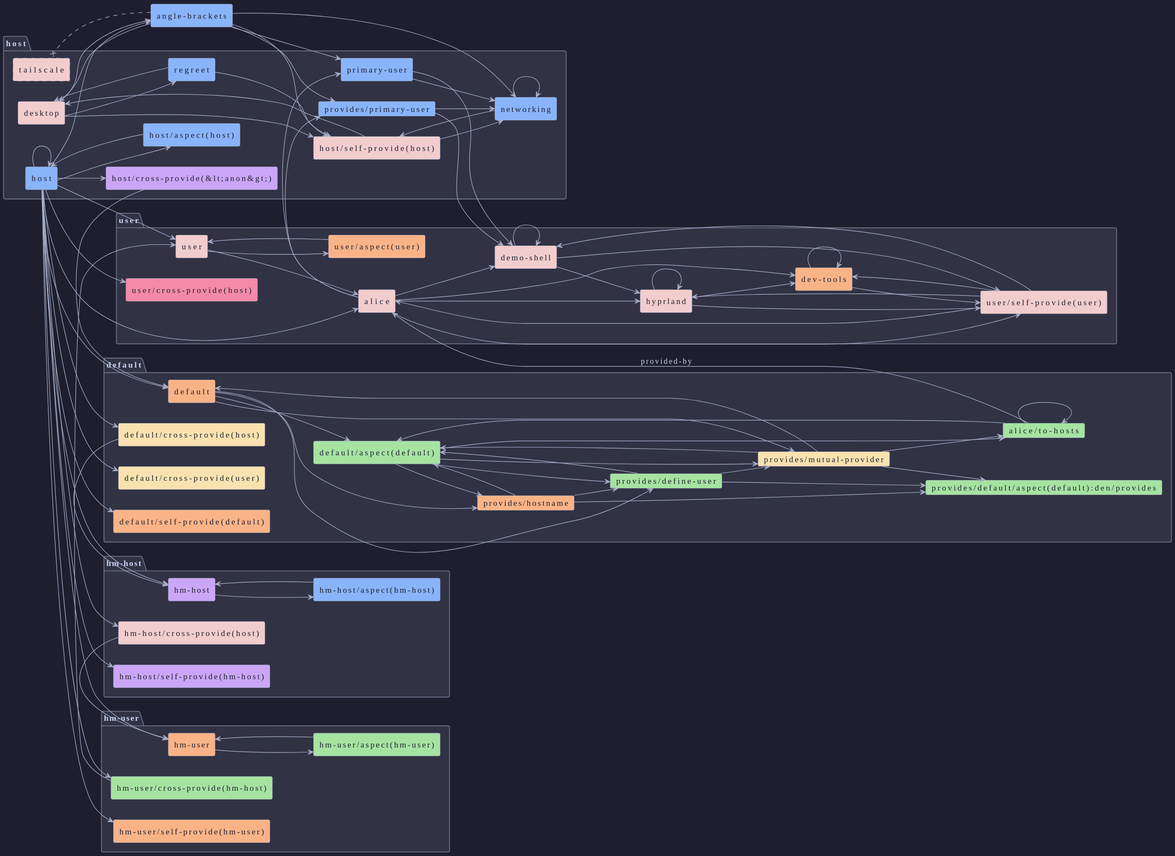
Above: templates/diag-fx-demo/diagrams/angle-brackets-dag.puml.svg in sini/den (PlantUML), before the change.
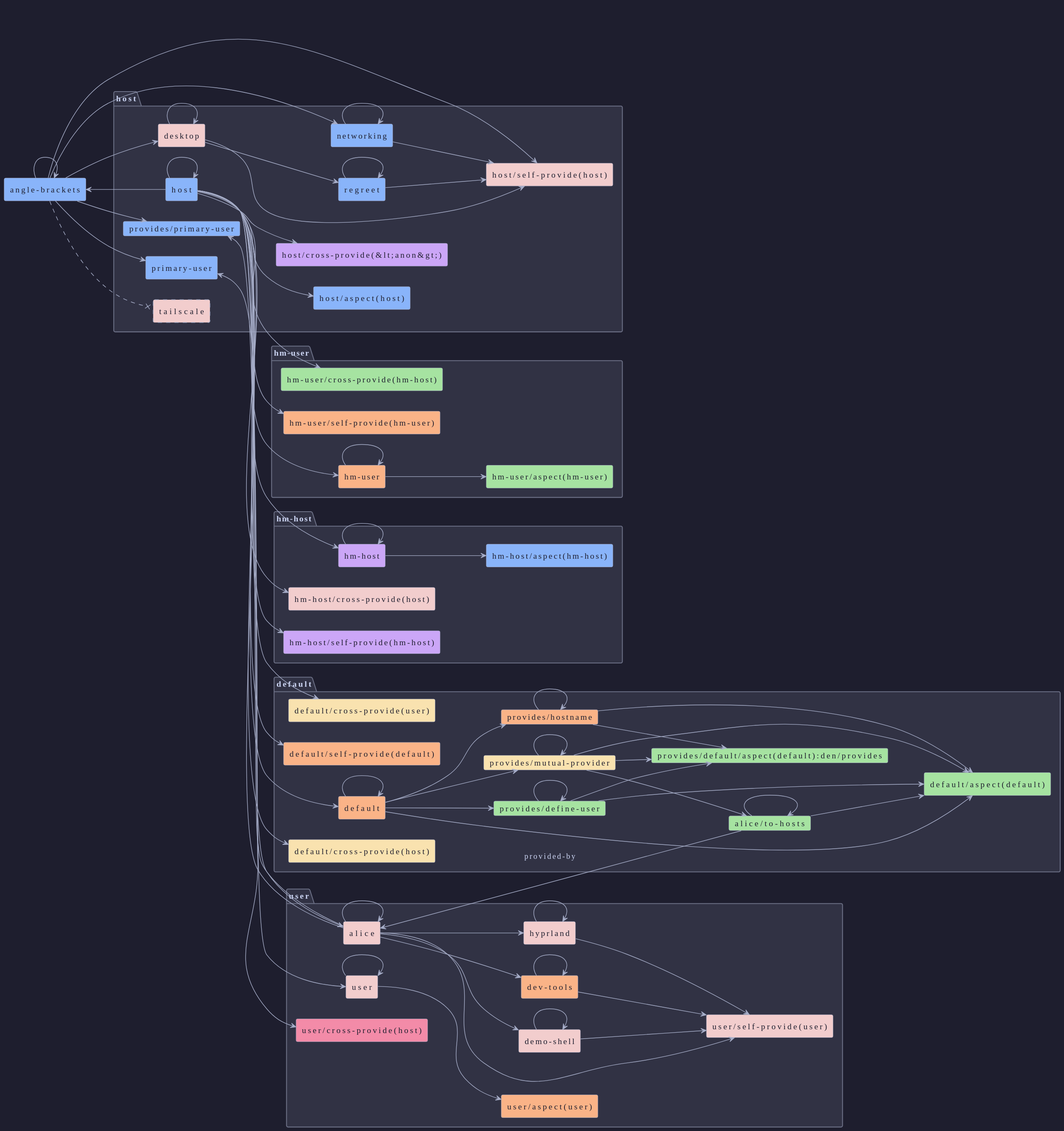
Above is the later version.

What changed in the source:
```diff
@@ -69,6 +69,7 @@
   rectangle "user/self-provide(user)" as user__self_provide_user_ #f2cdcd
 }
 
+alice --> alice
 alice --> demo_shell
 alice --> dev_tools
 alice --> hyprland
@@ -77,47 +78,39 @@
 alice --> user__self_provide_user_
 alice__to_hosts --> default__aspect_default_
 alice__to_hosts --> alice__to_hosts
+angle_brackets --> angle_brackets
 angle_brackets --> desktop
 angle_brackets --> host__self_provide_host_
 angle_brackets --> networking
 angle_brackets --> primary_user
 angle_brackets --> den__provides__primary_user
 angle_brackets ..x tailscale
+n_default --> n_default
 n_default --> default__aspect_default_
 n_default --> den__provides__define_user
 n_default --> den__provides__hostname
 n_default --> den__provides__mutual_provider
-default__aspect_default_ --> den__provides__define_user
-default__aspect_default_ --> den__provides__hostname
-default__aspect_default_ --> den__provides__mutual_provider
-default__aspect_default_ --> alice__to_hosts
-default__cross_provide_host_ --> hm_host
 demo_shell --> demo_shell
-demo_shell --> hyprland
 demo_shell --> user__self_provide_user_
 den__provides__define_user --> default__aspect_default_
 den__provides__define_user --> den__provides__default__aspect_default__den__provides
-den__provides__define_user --> den__provides__mutual_provider
+den__provides__define_user --> den__provides__define_user
 den__provides__hostname --> default__aspect_default_
 den__provides__hostname --> den__provides__default__aspect_default__den__provides
-den__provides__hostname --> den__provides__define_user
-den__provides__mutual_provider --> n_default
+den__provides__hostname --> den__provides__hostname
 den__provides__mutual_provider --> default__aspect_default_
 den__provides__mutual_provider --> den__provides__default__aspect_default__den__provides
+den__provides__mutual_provider --> den__provides__mutual_provider
 den__provides__mutual_provider --> alice__to_hosts
-den__provides__primary_user --> demo_shell
-den__provides__primary_user --> networking
-desktop --> angle_brackets
+desktop --> desktop
 desktop --> host__self_provide_host_
 desktop --> regreet
 dev_tools --> dev_tools
 dev_tools --> user__self_provide_user_
+hm_host --> hm_host
 hm_host --> hm_host__aspect_hm_host_
-hm_host__aspect_hm_host_ --> hm_host
-hm_host__cross_provide_host_ --> hm_user
+hm_user --> hm_user
 hm_user --> hm_user__aspect_hm_user_
-hm_user__aspect_hm_user_ --> hm_user
-hm_user__cross_provide_hm_host_ --> user
 host --> alice
 host --> angle_brackets
 host --> n_default
@@ -135,25 +128,13 @@
 host --> host__cross_provide__anon__
 host --> user
 host --> user__cross_provide_host_
-host__aspect_host_ --> host
-host__cross_provide__anon__ --> n_default
-host__self_provide_host_ --> desktop
-host__self_provide_host_ --> networking
-hyprland --> dev_tools
 hyprland --> hyprland
 hyprland --> user__self_provide_user_
 networking --> host__self_provide_host_
 networking --> networking
-primary_user --> demo_shell
-primary_user --> networking
-regreet --> desktop
 regreet --> host__self_provide_host_
-user --> alice
+regreet --> regreet
+user --> user
 user --> user__aspect_user_
-user__aspect_user_ --> user
-user__self_provide_user_ --> alice
-user__self_provide_user_ --> demo_shell
-user__self_provide_user_ --> dev_tools
-user__self_provide_user_ --> hyprland
 alice__to_hosts --> alice : provided-by
 @enduml
```
